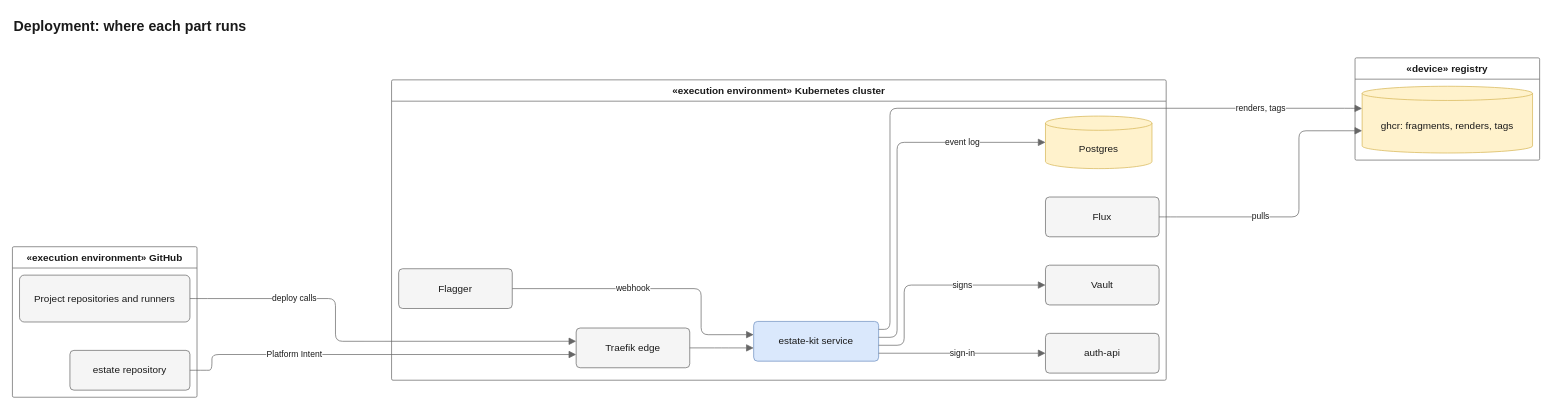
This is docs/diagrams/src/deploy-placement.drawio from JorisJonkers-dev/estate-kit, a draw.io file, before an edit. Source tidied: cells renumbered, new cells numbered last; positions are measured from the earlier drawing's top-left corner, leaving out a move shared by most shapes. Both pictures are drawn from the tidied source at 71%, with x=0, y=0 at pixel (12, 12).
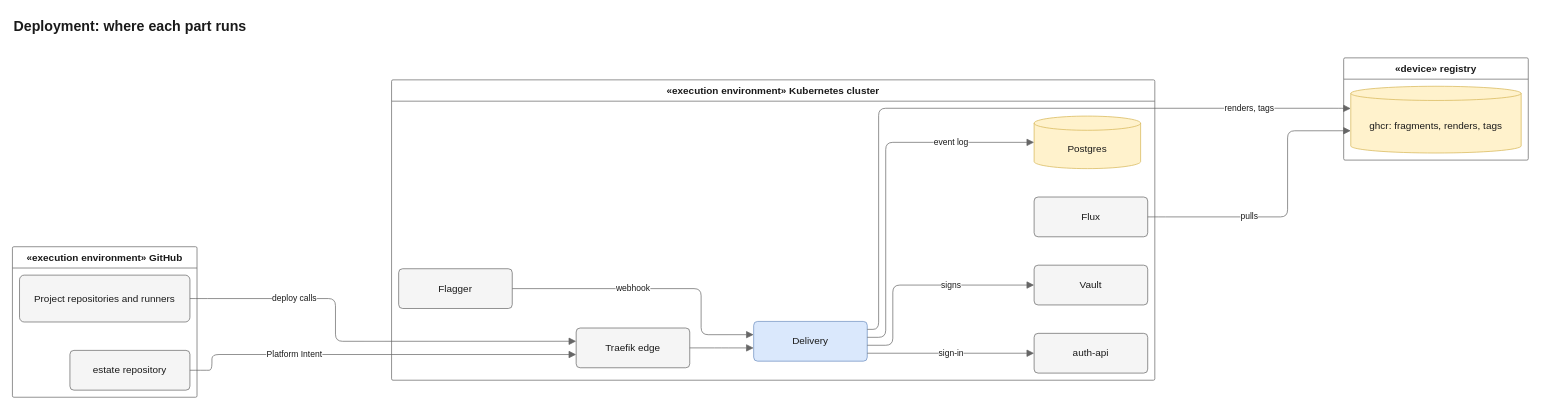
Above is the later version.

Unchanged cells that the change refers to:
```xml
<mxCell id="6" value="ghcr: fragments, renders, tags" style="shape=cylinder3;size=10;boundedLbl=1;backgroundOutline=1;html=1;whiteSpace=wrap;fontSize=14;fontColor=light-dark(#1a1a1a,#e8e8e8);fillColor=light-dark(#fff2cc,#3a3220);strokeColor=light-dark(#d6b656,#c9a74a);fontFamily=Helvetica;" parent="5" vertex="1">
  <mxGeometry x="10" y="40" width="240" height="94" as="geometry" />
</mxCell>
```

What changed in the source:
```diff
@@
     <mxCell id="5" value="«device» registry" style="swimlane;startSize=30;rounded=1;arcSize=4;absoluteArcSize=1;html=1;whiteSpace=wrap;fontSize=14;fontColor=light-dark(#1a1a1a,#e8e8e8);fontStyle=1;fillColor=none;swimlaneFillColor=none;strokeColor=light-dark(#666666,#a8a8a8);fontFamily=Helvetica;" parent="1" vertex="1">
-      <mxGeometry x="1891" y="64" width="260" height="144" as="geometry" />
+      <mxGeometry x="1875" y="64" width="260" height="144" as="geometry" />
     </mxCell>
@@
     <mxCell id="7" value="«execution environment» Kubernetes cluster" style="swimlane;startSize=30;rounded=1;arcSize=4;absoluteArcSize=1;html=1;whiteSpace=wrap;fontSize=14;fontColor=light-dark(#1a1a1a,#e8e8e8);fontStyle=1;fillColor=none;swimlaneFillColor=none;strokeColor=light-dark(#666666,#a8a8a8);fontFamily=Helvetica;" parent="1" vertex="1">
-      <mxGeometry x="534" y="95" width="1091" height="423" as="geometry" />
+      <mxGeometry x="534" y="95" width="1075" height="423" as="geometry" />
     </mxCell>
@@
-    <mxCell id="9" value="estate-kit service" style="rounded=1;arcSize=10;html=1;whiteSpace=wrap;fontSize=14;fontColor=light-dark(#1a1a1a,#e8e8e8);fillColor=light-dark(#dae8fc,#1f3a5f);strokeColor=light-dark(#6c8ebf,#7aa7e0);fontFamily=Helvetica;" parent="7" vertex="1">
-      <mxGeometry x="510" y="340.2" width="176" height="56" as="geometry" />
+    <mxCell id="9" value="Delivery" style="rounded=1;arcSize=10;html=1;whiteSpace=wrap;fontSize=14;fontColor=light-dark(#1a1a1a,#e8e8e8);fillColor=light-dark(#dae8fc,#1f3a5f);strokeColor=light-dark(#6c8ebf,#7aa7e0);fontFamily=Helvetica;" parent="7" vertex="1">
+      <mxGeometry x="510" y="340.2" width="160" height="56" as="geometry" />
     </mxCell>
     <mxCell id="10" value="Postgres" style="shape=cylinder3;size=10;boundedLbl=1;backgroundOutline=1;html=1;whiteSpace=wrap;fontSize=14;fontColor=light-dark(#1a1a1a,#e8e8e8);fillColor=light-dark(#fff2cc,#3a3220);strokeColor=light-dark(#d6b656,#c9a74a);fontFamily=Helvetica;" parent="7" vertex="1">
-      <mxGeometry x="921" y="51" width="150" height="74" as="geometry" />
+      <mxGeometry x="905" y="51" width="150" height="74" as="geometry" />
     </mxCell>
     <mxCell id="11" value="Flux" style="rounded=1;arcSize=10;html=1;whiteSpace=wrap;fontSize=14;fontColor=light-dark(#1a1a1a,#e8e8e8);fillColor=light-dark(#f5f5f5,#2b2b2b);strokeColor=light-dark(#666666,#a8a8a8);fontFamily=Helvetica;" parent="7" vertex="1">
-      <mxGeometry x="921" y="165" width="160" height="56" as="geometry" />
+      <mxGeometry x="905" y="165" width="160" height="56" as="geometry" />
     </mxCell>
@@
     <mxCell id="13" value="Vault" style="rounded=1;arcSize=10;html=1;whiteSpace=wrap;fontSize=14;fontColor=light-dark(#1a1a1a,#e8e8e8);fillColor=light-dark(#f5f5f5,#2b2b2b);strokeColor=light-dark(#666666,#a8a8a8);fontFamily=Helvetica;" parent="7" vertex="1">
-      <mxGeometry x="921" y="261" width="160" height="56" as="geometry" />
+      <mxGeometry x="905" y="261" width="160" height="56" as="geometry" />
     </mxCell>
     <mxCell id="14" value="auth-api" style="rounded=1;arcSize=10;html=1;whiteSpace=wrap;fontSize=14;fontColor=light-dark(#1a1a1a,#e8e8e8);fillColor=light-dark(#f5f5f5,#2b2b2b);strokeColor=light-dark(#666666,#a8a8a8);fontFamily=Helvetica;" parent="7" vertex="1">
-      <mxGeometry x="921" y="357" width="160" height="56" as="geometry" />
+      <mxGeometry x="905" y="357" width="160" height="56" as="geometry" />
     </mxCell>
@@
     <mxCell id="16" value="event log" style="html=1;rounded=1;fontSize=14;fontSize=12;fontColor=light-dark(#1a1a1a,#e8e8e8);strokeColor=light-dark(#666666,#a8a8a8);endArrow=block;endFill=1;endSize=8;curved=0;exitX=1;exitY=0.4;entryX=0;entryY=0.5;edgeStyle=orthogonalEdgeStyle;fontFamily=Helvetica;labelBackgroundColor=light-dark(#ffffff,#1e1e1e);" parent="7" edge="1" source="9" target="10">
       <mxGeometry relative="1" as="geometry">
         <Array as="points">
-          <mxPoint x="712" y="362.6" />
-          <mxPoint x="712" y="88" />
+          <mxPoint x="696" y="362.6" />
+          <mxPoint x="696" y="88" />
         </Array>
         <mxPoint x="91.5" y="-45.8" as="offset" />
       </mxGeometry>
     </mxCell>
     <mxCell id="17" value="signs" style="html=1;rounded=1;fontSize=14;fontSize=12;fontColor=light-dark(#1a1a1a,#e8e8e8);strokeColor=light-dark(#666666,#a8a8a8);endArrow=block;endFill=1;endSize=8;curved=0;exitX=1;exitY=0.6;entryX=0;entryY=0.5;edgeStyle=orthogonalEdgeStyle;fontFamily=Helvetica;labelBackgroundColor=light-dark(#ffffff,#1e1e1e);" parent="7" edge="1" source="9" target="13">
       <mxGeometry relative="1" as="geometry">
         <Array as="points">
-          <mxPoint x="722" y="373.8" />
-          <mxPoint x="722" y="289" />
+          <mxPoint x="706" y="373.8" />
+          <mxPoint x="706" y="289" />
         </Array>
         <mxPoint x="42.4" as="offset" />
       </mxGeometry>
     </mxCell>
     <mxCell id="18" value="sign-in" style="html=1;rounded=1;fontSize=14;fontSize=12;fontColor=light-dark(#1a1a1a,#e8e8e8);strokeColor=light-dark(#666666,#a8a8a8);endArrow=block;endFill=1;endSize=8;curved=0;exitX=1;exitY=0.8;entryX=0;entryY=0.5;edgeStyle=orthogonalEdgeStyle;fontFamily=Helvetica;labelBackgroundColor=light-dark(#ffffff,#1e1e1e);" parent="7" edge="1" source="9" target="14">
       <mxGeometry relative="1" as="geometry">
         <Array as="points">
-          <mxPoint x="803.5" y="385" />
+          <mxPoint x="787.5" y="385" />
         </Array>
       </mxGeometry>
     </mxCell>
@@
     <mxCell id="22" value="renders, tags" style="html=1;rounded=1;fontSize=14;fontSize=12;fontColor=light-dark(#1a1a1a,#e8e8e8);strokeColor=light-dark(#666666,#a8a8a8);endArrow=block;endFill=1;endSize=8;curved=0;exitX=1;exitY=0.2;entryX=0;entryY=0.3333;edgeStyle=orthogonalEdgeStyle;fontFamily=Helvetica;labelBackgroundColor=light-dark(#ffffff,#1e1e1e);" parent="1" edge="1" source="9" target="6">
       <mxGeometry relative="1" as="geometry">
         <Array as="points">
-          <mxPoint x="1236" y="446.4" />
-          <mxPoint x="1236" y="135" />
-          <mxPoint x="1886" y="135.3" />
+          <mxPoint x="1220" y="446.4" />
+          <mxPoint x="1220" y="135" />
+          <mxPoint x="1870" y="135.3" />
         </Array>
         <mxPoint x="353.2" y="0.2" as="offset" />
       </mxGeometry>
     </mxCell>
     <mxCell id="23" value="pulls" style="html=1;rounded=1;fontSize=14;fontSize=12;fontColor=light-dark(#1a1a1a,#e8e8e8);strokeColor=light-dark(#666666,#a8a8a8);endArrow=block;endFill=1;endSize=8;curved=0;exitX=1;exitY=0.5;entryX=0;entryY=0.6667;edgeStyle=orthogonalEdgeStyle;fontFamily=Helvetica;labelBackgroundColor=light-dark(#ffffff,#1e1e1e);" parent="1" edge="1" source="11" target="6">
       <mxGeometry relative="1" as="geometry">
         <Array as="points">
-          <mxPoint x="1630" y="288" />
-          <mxPoint x="1812" y="288" />
-          <mxPoint x="1812" y="167" />
-          <mxPoint x="1886" y="166.7" />
+          <mxPoint x="1614" y="288" />
+          <mxPoint x="1796" y="288" />
+          <mxPoint x="1796" y="167" />
+          <mxPoint x="1870" y="166.7" />
         </Array>
         <mxPoint x="-54" y="6.5" as="offset" />
       </mxGeometry>
     </mxCell>
     <mxCell id="24" value="Deployment: where each part runs" style="text;html=1;whiteSpace=wrap;align=left;verticalAlign=middle;fontSize=20;fontStyle=1;fontColor=light-dark(#1a1a1a,#e8e8e8);fontFamily=Helvetica;" parent="1" vertex="1">
-      <mxGeometry width="2151" height="36" as="geometry" />
+      <mxGeometry width="2135" height="36" as="geometry" />
     </mxCell>
```
